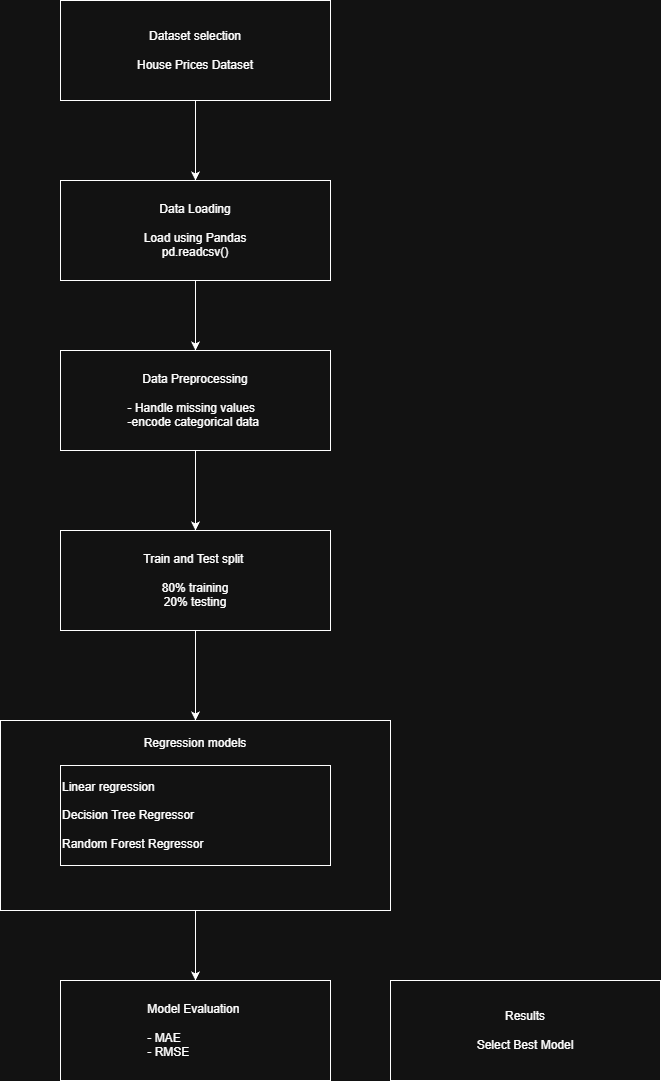
Earlier version of the draw.io export lab 2/Untitled Diagram.drawio.png (mojahedwali/machine-learning). Source tidied: cells renumbered, new cells last; positions are measured from the earlier drawing's top-left corner, leaving out a move shared by most shapes.
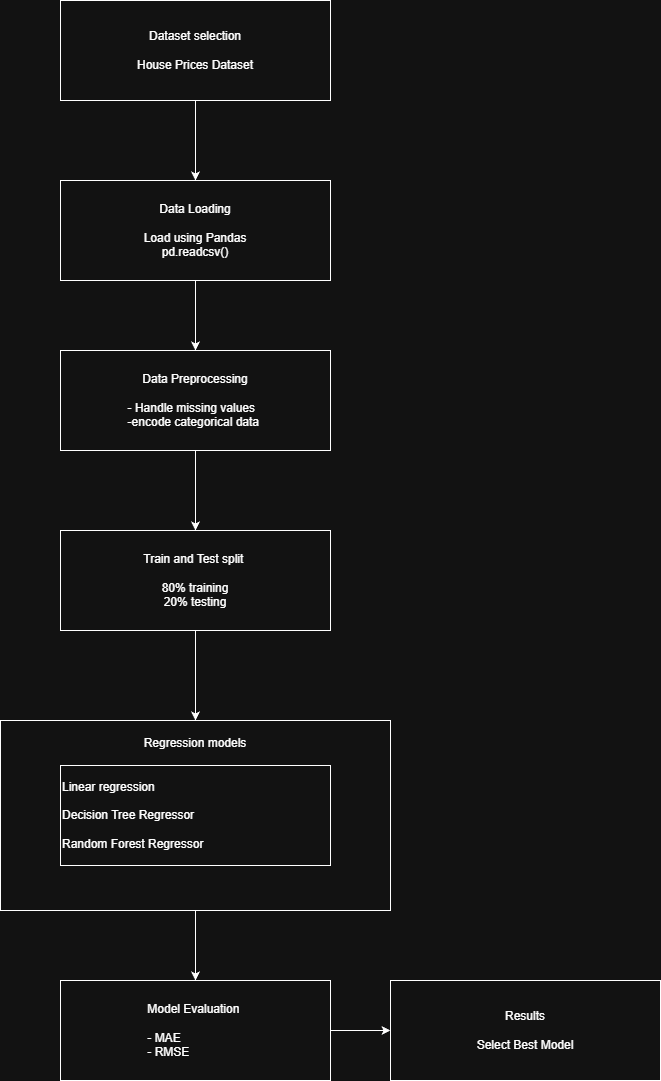
After the change.

The edit, as a diff of the source:
```diff
@@ -35,6 +35,9 @@
     <mxCell id="12" value="Linear regression&lt;div&gt;&lt;br&gt;&lt;/div&gt;&lt;div&gt;Decision Tree Regressor&lt;/div&gt;&lt;div&gt;&lt;br&gt;&lt;/div&gt;&lt;div&gt;Random Forest Regressor&lt;/div&gt;" style="rounded=0;whiteSpace=wrap;html=1;align=left;" parent="1" vertex="1">
       <mxGeometry x="60" y="765" width="270" height="100" as="geometry" />
     </mxCell>
+    <mxCell id="15" style="edgeStyle=orthogonalEdgeStyle;rounded=0;jettySize=auto;html=1;exitX=1;exitY=0.5;exitDx=0;exitDy=0;entryX=0;entryY=0.5;entryDx=0;entryDy=0;" parent="1" edge="1" source="13" target="14">
+      <mxGeometry relative="1" as="geometry" />
+    </mxCell>
     <mxCell id="13" value="Model Evaluation&amp;nbsp;&lt;div&gt;&lt;br&gt;&lt;/div&gt;&lt;div style=&quot;text-align: left;&quot;&gt;- MAE&lt;/div&gt;&lt;div style=&quot;text-align: left;&quot;&gt;- RMSE&lt;/div&gt;" style="rounded=0;whiteSpace=wrap;html=1;" parent="1" vertex="1">
       <mxGeometry x="60" y="980" width="270" height="100" as="geometry" />
     </mxCell>
```
